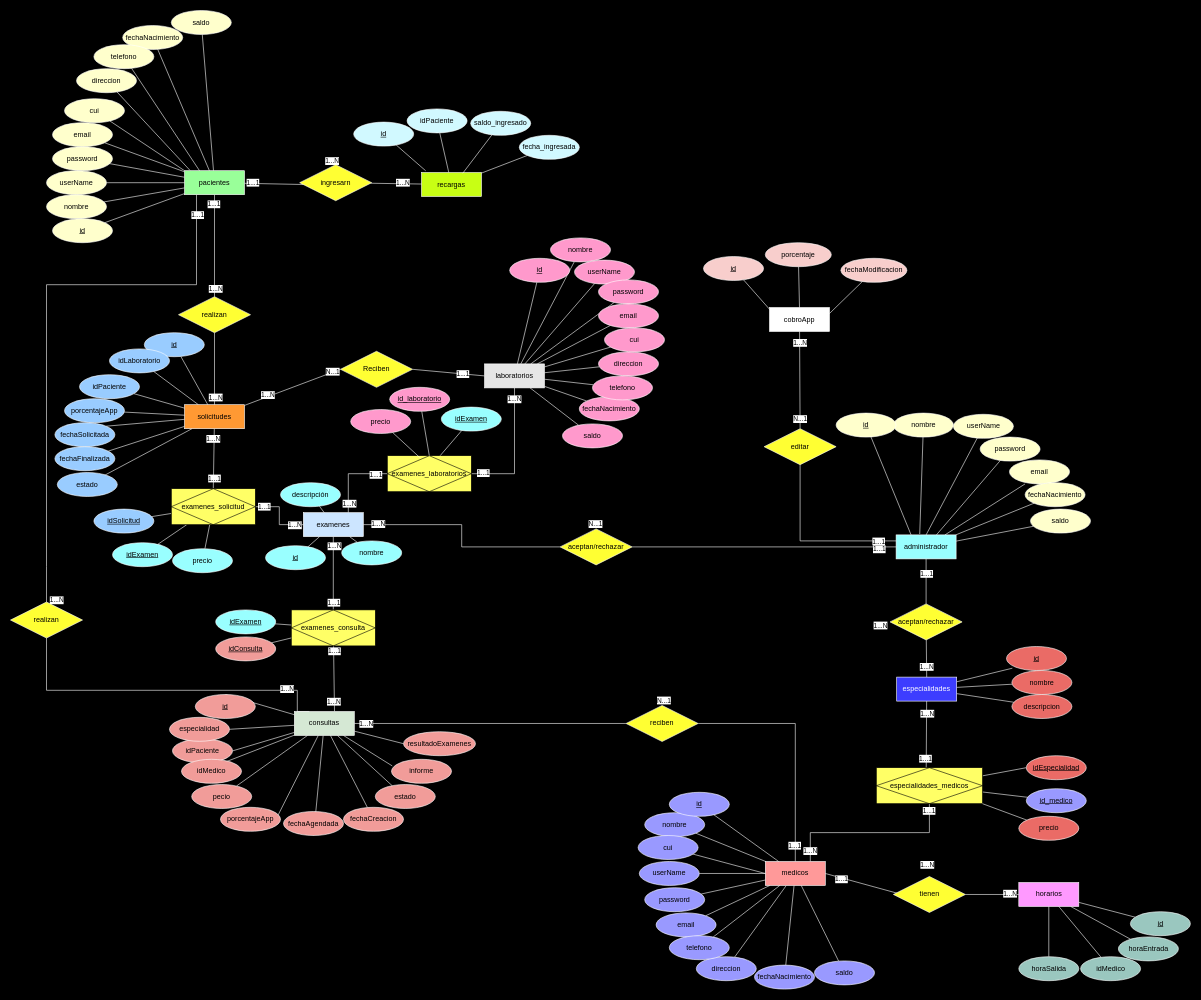
Before: Fase 2/Iteración 2/Editables/Diagrama entidad relacionF2.drawio in EilerGomez/Proyecto2_ipc2_2023, a draw.io diagram. Source tidied: cells renumbered, new cells numbered last; positions are measured from the earlier drawing's top-left corner, leaving out a move shared by most shapes. Both pictures are drawn from the tidied source at 60%, with x=0, y=0 at pixel (10, 10).
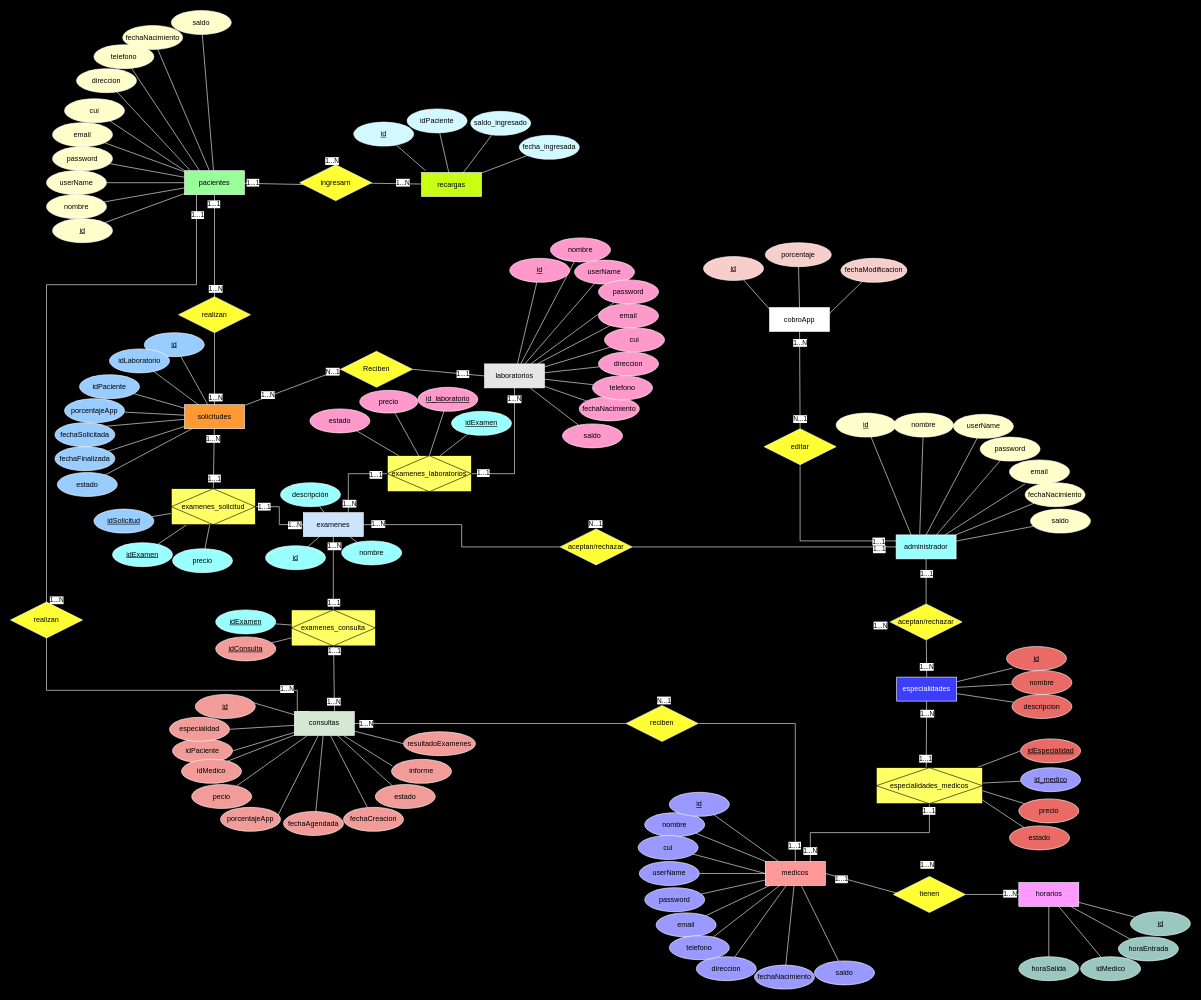
The same diagram, later.

The change refers to these unchanged cells:
```xml
<mxCell id="188" value="examenes_laboratorios" style="shape=associativeEntity;whiteSpace=wrap;html=1;align=center;strokeColor=#000000;fillColor=#FFFF66;" parent="1" vertex="1">
  <mxGeometry x="628" y="742" width="140" height="60" as="geometry" />
</mxCell>
<mxCell id="228" value="especialidades_medicos" style="shape=associativeEntity;whiteSpace=wrap;html=1;align=center;strokeColor=#000000;fillColor=#FFFF66;" parent="1" vertex="1">
  <mxGeometry x="1443" y="1262" width="177" height="60" as="geometry" />
</mxCell>
```

Change to the diagram source:
```diff
@@
     <mxCell id="190" value="id_laboratorio" style="ellipse;whiteSpace=wrap;html=1;align=center;fontStyle=4;fillColor=#FF99CC;strokeColor=#FFFFFF;" parent="1" vertex="1">
-      <mxGeometry x="632" y="628" width="100" height="40" as="geometry" />
+      <mxGeometry x="679" y="628" width="100" height="40" as="geometry" />
     </mxCell>
@@
     <mxCell id="192" value="idExamen" style="ellipse;whiteSpace=wrap;html=1;align=center;fontStyle=4;fillColor=#99FFFF;strokeColor=#FFFFFF;" parent="1" vertex="1">
-      <mxGeometry x="718" y="661" width="100" height="40" as="geometry" />
+      <mxGeometry x="735" y="668" width="100" height="40" as="geometry" />
     </mxCell>
@@
     <mxCell id="229" value="idEspecialidad" style="ellipse;whiteSpace=wrap;html=1;align=center;fontStyle=4;fillColor=#EA6B66;strokeColor=#FFFFFF;" parent="1" vertex="1">
-      <mxGeometry x="1693" y="1242" width="100" height="40" as="geometry" />
+      <mxGeometry x="1683.5" y="1214" width="100" height="40" as="geometry" />
     </mxCell>
     <mxCell id="230" value="id_medico" style="ellipse;whiteSpace=wrap;html=1;align=center;fontStyle=4;fillColor=#9999FF;strokeColor=#FFFFFF;" parent="1" vertex="1">
-      <mxGeometry x="1693" y="1297" width="100" height="40" as="geometry" />
+      <mxGeometry x="1683.5" y="1262" width="100" height="40" as="geometry" />
     </mxCell>
-    <mxCell id="231" style="rounded=0;jettySize=auto;html=1;entryX=1;entryY=1;entryDx=0;entryDy=0;endArrow=none;endFill=0;strokeColor=#FFFFFF;fillColor=#F19C99;" parent="1" edge="1" source="232" target="228">
+    <mxCell id="231" style="rounded=0;jettySize=auto;html=1;entryX=1.002;entryY=0.642;entryDx=0;entryDy=0;endArrow=none;endFill=0;strokeColor=#FFFFFF;fillColor=#F19C99;entryPerimeter=0;" parent="1" edge="1" source="232" target="228">
       <mxGeometry relative="1" as="geometry" />
     </mxCell>
     <mxCell id="232" value="precio" style="ellipse;whiteSpace=wrap;html=1;align=center;fontStyle=0;fillColor=#EA6B66;strokeColor=#FFFFFF;" parent="1" vertex="1">
-      <mxGeometry x="1680.5" y="1343" width="100" height="40" as="geometry" />
+      <mxGeometry x="1680.5" y="1314" width="100" height="40" as="geometry" />
     </mxCell>
@@
     <mxCell id="234" value="precio" style="ellipse;whiteSpace=wrap;html=1;align=center;fontStyle=0;fillColor=#FF99CC;strokeColor=#FFFFFF;" parent="1" vertex="1">
-      <mxGeometry x="567" y="665" width="100" height="40" as="geometry" />
+      <mxGeometry x="582" y="633" width="97" height="38" as="geometry" />
     </mxCell>
@@
+    <mxCell id="262" style="rounded=0;jettySize=auto;html=1;strokeColor=#FFFFFF;endArrow=none;endFill=0;" parent="1" edge="1" source="263" target="188">
+      <mxGeometry relative="1" as="geometry" />
+    </mxCell>
+    <mxCell id="263" value="estado" style="ellipse;whiteSpace=wrap;html=1;align=center;fontStyle=0;fillColor=#FF99CC;strokeColor=#FFFFFF;" parent="1" vertex="1">
+      <mxGeometry x="499" y="664" width="100" height="40" as="geometry" />
+    </mxCell>
+    <mxCell id="264" style="edgeStyle=none;rounded=0;jettySize=auto;html=1;entryX=0.997;entryY=0.892;entryDx=0;entryDy=0;entryPerimeter=0;endArrow=none;endFill=0;strokeColor=#FFFFFF;" parent="1" edge="1" source="265" target="228">
+      <mxGeometry relative="1" as="geometry" />
+    </mxCell>
+    <mxCell id="265" value="estado" style="ellipse;whiteSpace=wrap;html=1;align=center;fontStyle=0;fillColor=#EA6B66;strokeColor=#FFFFFF;" parent="1" vertex="1">
+      <mxGeometry x="1665" y="1359" width="100" height="40" as="geometry" />
+    </mxCell>
```
